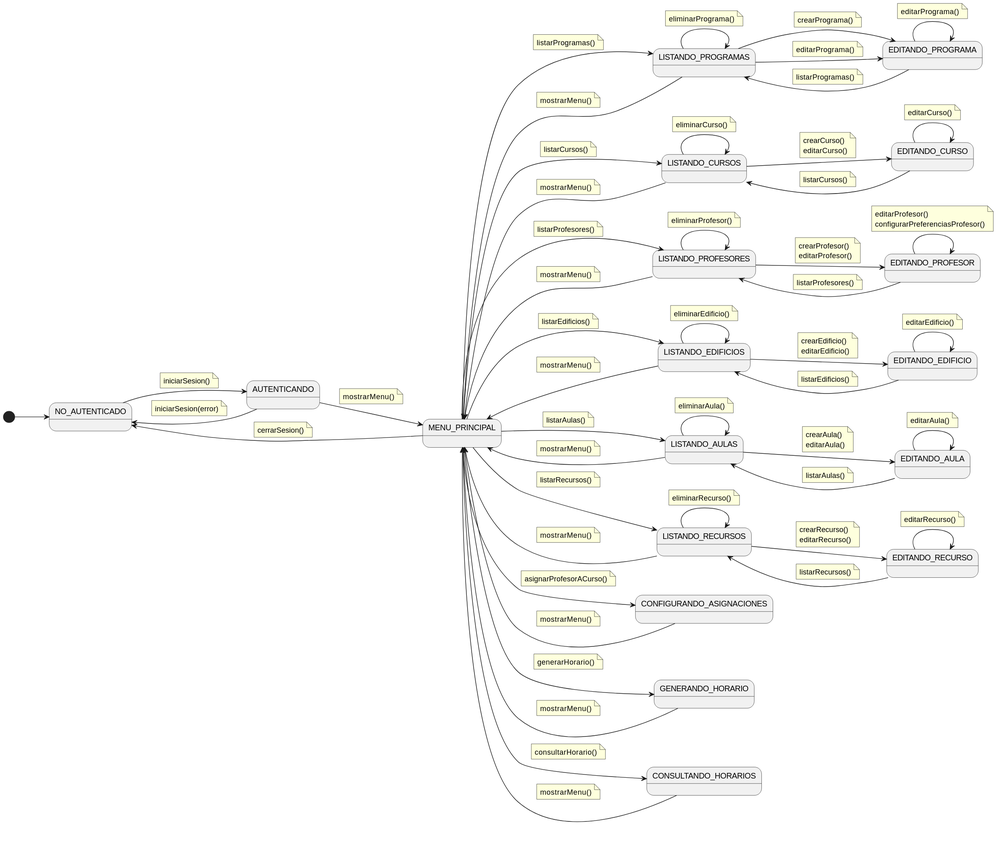
The PlantUML diagram images/01-Inception/diagrama-contexto/diagrama-contexto-administrador.svg in Hexcss/scheduler, before a commit.
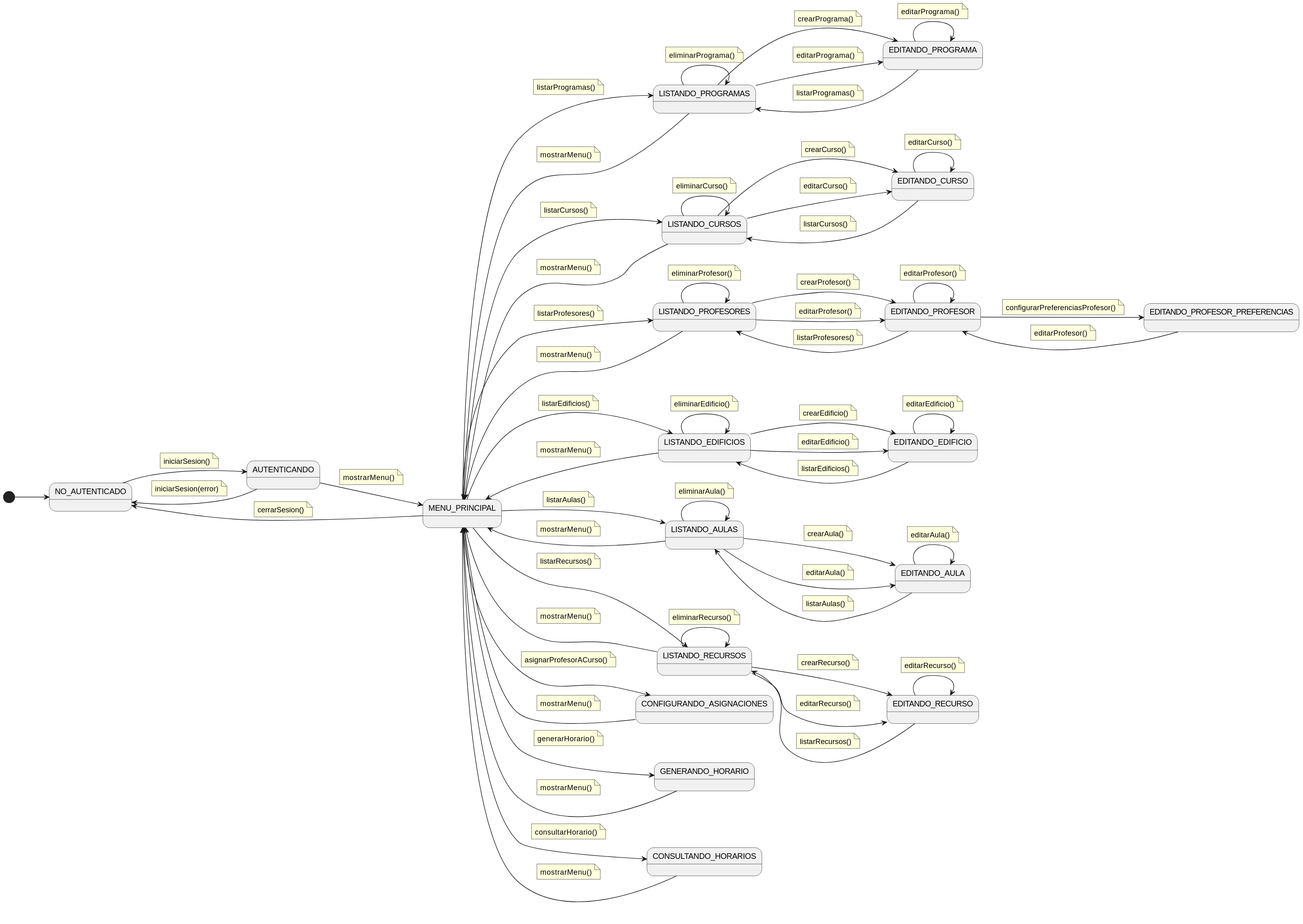
The same diagram one commit later.

Commit message:
feat:mejora sustancial al diagrama de contexto del Administrador

What changed in the source:
```diff
@@ -11,6 +11,7 @@
 state "EDITANDO_CURSO" as EditCurso
 state "LISTANDO_PROFESORES" as ListProfesores
 state "EDITANDO_PROFESOR" as EditProfesor
+state "EDITANDO_PROFESOR_PREFERENCIAS" as EditProfesorPreferencias
 state "LISTANDO_EDIFICIOS" as ListEdificios
 state "EDITANDO_EDIFICIO" as EditEdificio
 state "LISTANDO_AULAS" as ListAulas
@@ -117,6 +118,10 @@
 ListCursos --> EditCurso
     note on link
         crearCurso()
+    end note
+
+ListCursos --> EditCurso
+    note on link
         editarCurso()
     end note
 
@@ -138,6 +143,10 @@
 ListProfesores --> EditProfesor
     note on link
         crearProfesor()
+    end note
+
+ListProfesores --> EditProfesor
+    note on link
         editarProfesor()
     end note
 
@@ -149,7 +158,16 @@
 EditProfesor --> EditProfesor
     note on link
         editarProfesor()
+    end note
+
+EditProfesor --> EditProfesorPreferencias
+    note on link
         configurarPreferenciasProfesor()
+    end note
+
+EditProfesorPreferencias --> EditProfesor
+    note on link
+        editarProfesor()
     end note
 
 EditProfesor --> ListProfesores
@@ -160,6 +178,10 @@
 ListEdificios --> EditEdificio
     note on link
         crearEdificio()
+    end note
+
+ListEdificios --> EditEdificio
+    note on link
         editarEdificio()
     end note
 
@@ -181,6 +203,10 @@
 ListAulas --> EditAula
     note on link
         crearAula()
+    end note
+
+ListAulas --> EditAula
+    note on link
         editarAula()
     end note
 
@@ -202,6 +228,10 @@
 ListRecursos --> EditRecurso
     note on link
         crearRecurso()
+    end note
+
+ListRecursos --> EditRecurso
+    note on link
         editarRecurso()
     end note
 
```
